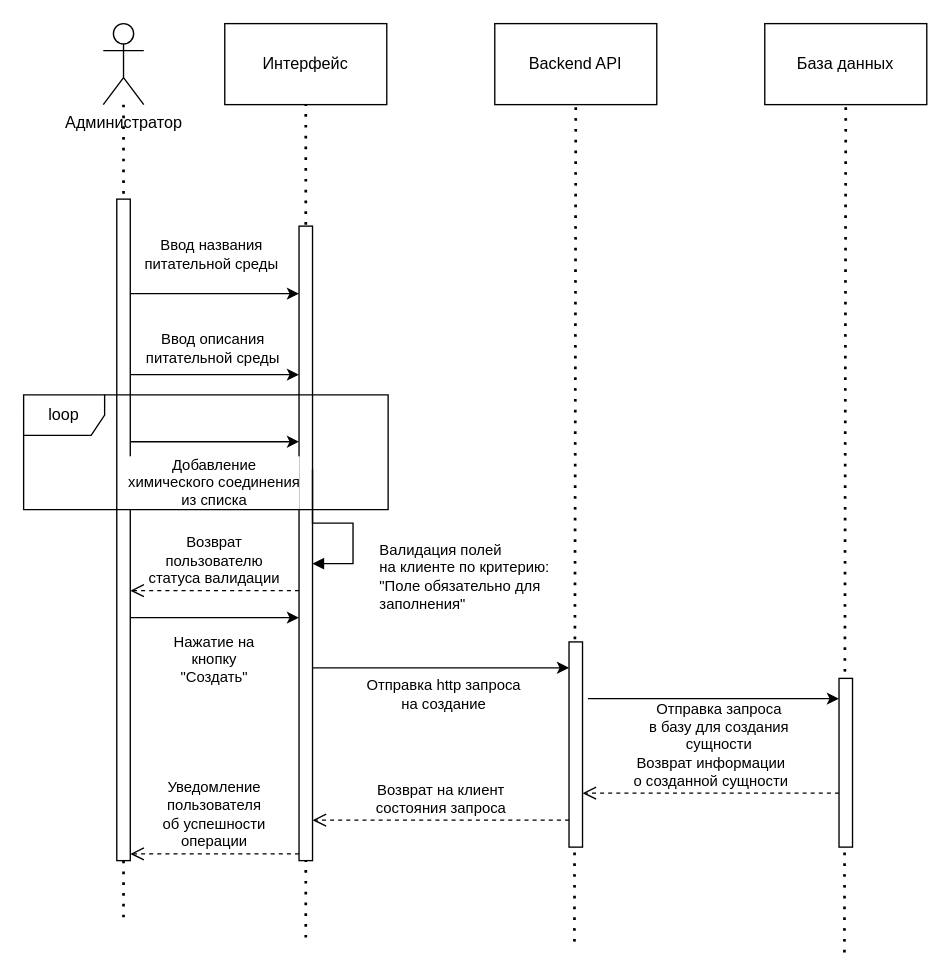
The draw.io diagram sequence_add-mediums.drawio in eva01pilot/plant-tissue-diagrams, before the edit. Source tidied: cells renumbered, new cells numbered last; positions are measured from the earlier drawing's top-left corner, leaving out a move shared by most shapes. Both pictures are drawn from the tidied source at 135%, with x=0, y=0 at pixel (23, 23).
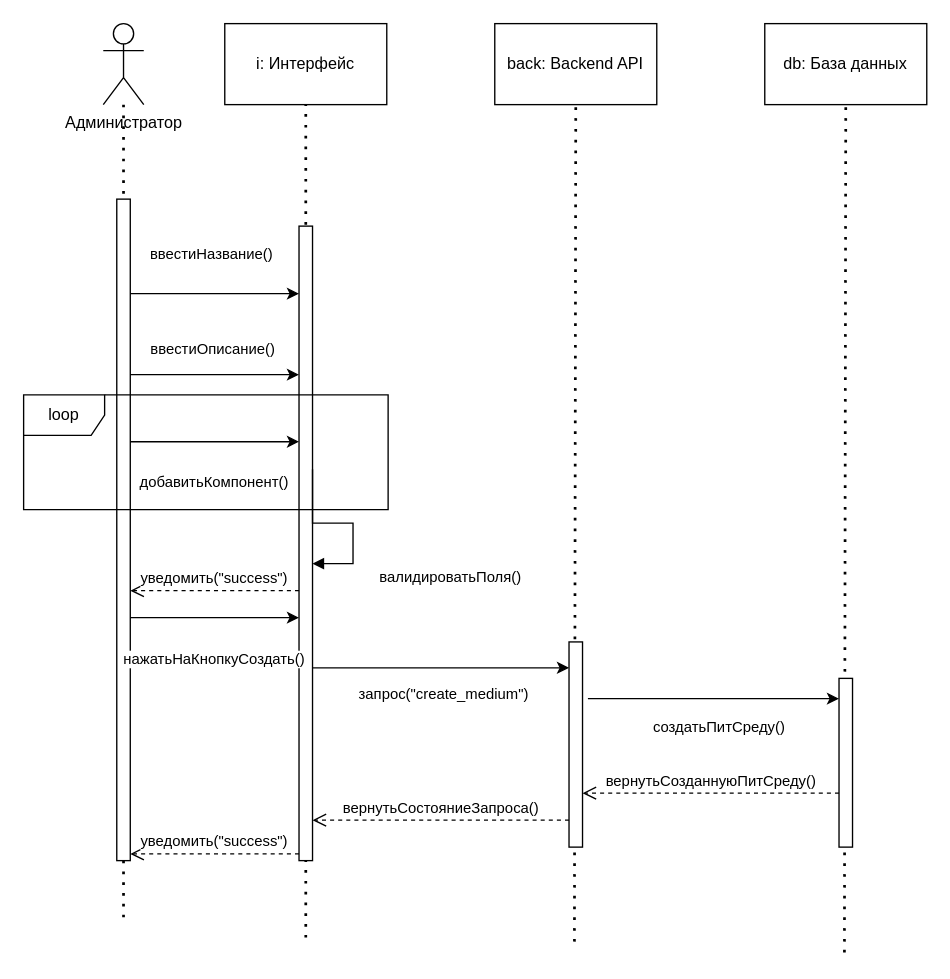
The same page after the edit.

The change refers to these unchanged cells:
```xml
<mxCell id="8" style="html=1;points=[[0,0,0,0,5],[0,1,0,0,-5],[1,0,0,0,5],[1,1,0,0,-5]];perimeter=orthogonalPerimeter;outlineConnect=0;targetShapes=umlLifeline;portConstraint=eastwest;newEdgeStyle={&quot;curved&quot;:0,&quot;rounded&quot;:0};" parent="1" vertex="1">
  <mxGeometry x="69" y="130" width="10" height="490" as="geometry" />
</mxCell>
<mxCell id="9" style="html=1;points=[[0,0,0,0,5],[0,1,0,0,-5],[1,0,0,0,5],[1,1,0,0,-5]];perimeter=orthogonalPerimeter;outlineConnect=0;targetShapes=umlLifeline;portConstraint=eastwest;newEdgeStyle={&quot;curved&quot;:0,&quot;rounded&quot;:0};" parent="1" vertex="1">
  <mxGeometry x="204" y="150" width="10" height="470" as="geometry" />
</mxCell>
<mxCell id="14" style="endArrow=classic;html=1;rounded=0;" parent="1" edge="1">
  <mxGeometry relative="1" as="geometry">
    <mxPoint x="214" y="477.2" as="sourcePoint" />
    <mxPoint x="404" y="477.2" as="targetPoint" />
  </mxGeometry>
</mxCell>
<mxCell id="16" style="endArrow=classic;html=1;rounded=0;entryX=-0.4;entryY=0.697;entryDx=0;entryDy=0;entryPerimeter=0;" parent="1" edge="1">
  <mxGeometry relative="1" as="geometry">
    <mxPoint x="418" y="500" as="sourcePoint" />
    <mxPoint x="604" y="500" as="targetPoint" />
  </mxGeometry>
</mxCell>
<mxCell id="21" style="endArrow=classic;html=1;rounded=0;" parent="1" edge="1">
  <mxGeometry relative="1" as="geometry">
    <mxPoint x="79" y="200" as="sourcePoint" />
    <mxPoint x="204" y="200" as="targetPoint" />
  </mxGeometry>
</mxCell>
<mxCell id="23" style="endArrow=classic;html=1;rounded=0;" parent="1" edge="1">
  <mxGeometry relative="1" as="geometry">
    <mxPoint x="79" y="260" as="sourcePoint" />
    <mxPoint x="204" y="260" as="targetPoint" />
  </mxGeometry>
</mxCell>
<mxCell id="27" style="endArrow=classic;html=1;rounded=0;" parent="1" edge="1">
  <mxGeometry relative="1" as="geometry">
    <mxPoint x="79" y="440" as="sourcePoint" />
    <mxPoint x="204" y="440" as="targetPoint" />
  </mxGeometry>
</mxCell>
<mxCell id="30" style="endArrow=classic;html=1;rounded=0;" parent="1" edge="1">
  <mxGeometry relative="1" as="geometry">
    <mxPoint x="79" y="309.7" as="sourcePoint" />
    <mxPoint x="204" y="309.7" as="targetPoint" />
  </mxGeometry>
</mxCell>
```

Diff of the diagram source:
```diff
@@
-    <mxCell id="7" value="Интерфейс" style="rounded=0;whiteSpace=wrap;html=1;" parent="1" vertex="1">
+    <mxCell id="7" value="i: Интерфейс" style="rounded=0;whiteSpace=wrap;html=1;" parent="1" vertex="1">
       <mxGeometry x="149" width="120" height="60" as="geometry" />
     </mxCell>
@@
-    <mxCell id="10" value="Backend API" style="rounded=0;whiteSpace=wrap;html=1;" parent="1" vertex="1">
+    <mxCell id="10" value="back: Backend API" style="rounded=0;whiteSpace=wrap;html=1;" parent="1" vertex="1">
       <mxGeometry x="349" width="120" height="60" as="geometry" />
     </mxCell>
@@
-    <mxCell id="12" value="База данных" style="rounded=0;whiteSpace=wrap;html=1;" parent="1" vertex="1">
+    <mxCell id="12" value="db: База данных" style="rounded=0;whiteSpace=wrap;html=1;" parent="1" vertex="1">
       <mxGeometry x="549" width="120" height="60" as="geometry" />
     </mxCell>
@@
-    <mxCell id="15" value="&lt;div&gt;Отправка http запроса&lt;/div&gt;&lt;div&gt;на создание&lt;br&gt;&lt;/div&gt;" style="edgeLabel;html=1;align=center;verticalAlign=middle;" parent="14" vertex="1">
+    <mxCell id="15" value="запрос(&quot;create_medium&quot;)" style="edgeLabel;html=1;align=center;verticalAlign=middle;" parent="14" vertex="1">
       <mxGeometry x="-0.32" relative="1" as="geometry">
         <mxPoint x="31" y="19" as="offset" />
       </mxGeometry>
     </mxCell>
@@
-    <mxCell id="17" value="&lt;div&gt;Отправка запроса&lt;/div&gt;&lt;div&gt;в базу для создания&lt;br&gt;&lt;/div&gt;&lt;div&gt;сущности&lt;br&gt;&lt;/div&gt;" style="edgeLabel;html=1;align=center;verticalAlign=middle;" parent="16" vertex="1">
+    <mxCell id="17" value="создатьПитСреду()" style="edgeLabel;html=1;align=center;verticalAlign=middle;" parent="16" vertex="1">
       <mxGeometry x="0.24" y="-2" relative="1" as="geometry">
         <mxPoint x="-19" y="18" as="offset" />
       </mxGeometry>
     </mxCell>
-    <mxCell id="18" value="&lt;div&gt;Возврат информации &lt;br&gt;&lt;/div&gt;&lt;div&gt;о созданной сущности&lt;br&gt;&lt;/div&gt;" style="html=1;verticalAlign=bottom;endArrow=open;dashed=1;endSize=8;curved=0;rounded=0;" parent="1" edge="1">
+    <mxCell id="18" value="вернутьСозданнуюПитСреду()" style="html=1;verticalAlign=bottom;endArrow=open;dashed=1;endSize=8;curved=0;rounded=0;" parent="1" edge="1">
       <mxGeometry relative="1" as="geometry">
         <mxPoint x="604" y="570" as="sourcePoint" />
         <mxPoint x="414" y="570" as="targetPoint" />
         <Array as="points">
           <mxPoint x="510" y="570" />
         </Array>
       </mxGeometry>
     </mxCell>
-    <mxCell id="19" value="&lt;div&gt;Возврат на клиент &lt;br&gt;&lt;/div&gt;&lt;div&gt;состояния запроса&lt;br&gt;&lt;/div&gt;" style="html=1;verticalAlign=bottom;endArrow=open;dashed=1;endSize=8;curved=0;rounded=0;" parent="1" edge="1">
+    <mxCell id="19" value="вернутьСостояниеЗапроса()" style="html=1;verticalAlign=bottom;endArrow=open;dashed=1;endSize=8;curved=0;rounded=0;" parent="1" edge="1">
       <mxGeometry relative="1" as="geometry">
         <mxPoint x="404" y="590" as="sourcePoint" />
         <mxPoint x="214" y="590" as="targetPoint" />
       </mxGeometry>
     </mxCell>
-    <mxCell id="20" value="&lt;div&gt;Уведомление &lt;br&gt;&lt;/div&gt;&lt;div&gt;пользователя&lt;/div&gt;&lt;div&gt;об успешности &lt;br&gt;&lt;/div&gt;&lt;div&gt;операции&lt;br&gt;&lt;/div&gt;" style="html=1;verticalAlign=bottom;endArrow=open;dashed=1;endSize=8;curved=0;rounded=0;entryX=1;entryY=1;entryDx=0;entryDy=-5;entryPerimeter=0;" parent="1" edge="1" source="9" target="8">
+    <mxCell id="20" value="уведомить(&quot;success&quot;)" style="html=1;verticalAlign=bottom;endArrow=open;dashed=1;endSize=8;curved=0;rounded=0;entryX=1;entryY=1;entryDx=0;entryDy=-5;entryPerimeter=0;" parent="1" edge="1" source="9" target="8">
       <mxGeometry relative="1" as="geometry" />
     </mxCell>
@@
-    <mxCell id="22" value="&lt;div&gt;Ввод названия&lt;/div&gt;&lt;div&gt;питательной среды&lt;br&gt;&lt;/div&gt;" style="edgeLabel;html=1;align=center;verticalAlign=middle;" parent="21" vertex="1">
+    <mxCell id="22" value="ввестиНазвание()" style="edgeLabel;html=1;align=center;verticalAlign=middle;" parent="21" vertex="1">
       <mxGeometry x="-0.06" relative="1" as="geometry">
         <mxPoint y="-30" as="offset" />
       </mxGeometry>
     </mxCell>
@@
-    <mxCell id="24" value="&lt;div&gt;Ввод описания &lt;br&gt;&lt;/div&gt;&lt;div&gt;питательной среды&lt;/div&gt;" style="edgeLabel;html=1;align=center;verticalAlign=middle;" parent="23" vertex="1">
+    <mxCell id="24" value="ввестиОписание()" style="edgeLabel;html=1;align=center;verticalAlign=middle;" parent="23" vertex="1">
       <mxGeometry x="-0.1" y="1" relative="1" as="geometry">
         <mxPoint x="4" y="-19" as="offset" />
       </mxGeometry>
     </mxCell>
-    <mxCell id="25" value="&lt;div&gt;Валидация полей &lt;br&gt;&lt;/div&gt;&lt;div&gt;на клиенте по критерию:&lt;/div&gt;&lt;div&gt;&quot;Поле обязательно для&lt;/div&gt;&lt;div&gt;заполнения&quot;&lt;br&gt;&lt;/div&gt;" style="html=1;align=left;spacingLeft=2;endArrow=block;rounded=0;edgeStyle=orthogonalEdgeStyle;curved=0;rounded=0;" parent="1" edge="1" target="9">
+    <mxCell id="25" value="валидироватьПоля()" style="html=1;align=left;spacingLeft=2;endArrow=block;rounded=0;edgeStyle=orthogonalEdgeStyle;curved=0;rounded=0;" parent="1" edge="1" target="9">
       <mxGeometry x="0.54" y="19" relative="1" as="geometry">
         <mxPoint x="214" y="330" as="sourcePoint" />
         <Array as="points">
           <mxPoint x="214" y="370" />
           <mxPoint x="244" y="370" />
           <mxPoint x="244" y="400" />
         </Array>
         <mxPoint x="16" y="-9" as="offset" />
       </mxGeometry>
     </mxCell>
-    <mxCell id="26" value="&lt;div&gt;Возврат&lt;/div&gt;&lt;div&gt;пользователю&lt;/div&gt;&lt;div&gt;статуса валидации&lt;br&gt;&lt;/div&gt;" style="html=1;verticalAlign=bottom;endArrow=open;dashed=1;endSize=8;curved=0;rounded=0;" parent="1" edge="1">
+    <mxCell id="26" value="уведомить(&quot;success&quot;)" style="html=1;verticalAlign=bottom;endArrow=open;dashed=1;endSize=8;curved=0;rounded=0;" parent="1" edge="1">
       <mxGeometry relative="1" as="geometry">
         <mxPoint x="204" y="420" as="sourcePoint" />
         <mxPoint x="79" y="420" as="targetPoint" />
       </mxGeometry>
     </mxCell>
@@
-    <mxCell id="28" value="&lt;div&gt;Нажатие на&lt;/div&gt;&lt;div&gt;кнопку&lt;/div&gt;&lt;div&gt;&quot;Создать&quot;&lt;br&gt;&lt;/div&gt;" style="edgeLabel;html=1;align=center;verticalAlign=middle;" parent="27" vertex="1">
+    <mxCell id="28" value="нажатьНаКнопкуСоздать()" style="edgeLabel;html=1;align=center;verticalAlign=middle;" parent="27" vertex="1">
       <mxGeometry x="0.19" y="-2" relative="1" as="geometry">
         <mxPoint x="-13" y="28" as="offset" />
       </mxGeometry>
     </mxCell>
@@
-    <mxCell id="31" value="&lt;div&gt;Добавление&lt;/div&gt;&lt;div&gt;химического соединения&lt;/div&gt;&lt;div&gt;из списка&lt;br&gt;&lt;/div&gt;" style="edgeLabel;html=1;align=center;verticalAlign=middle;" parent="30" vertex="1">
+    <mxCell id="31" value="добавитьКомпонент()" style="edgeLabel;html=1;align=center;verticalAlign=middle;" parent="30" vertex="1">
       <mxGeometry x="-0.3" y="1" relative="1" as="geometry">
         <mxPoint x="17" y="31" as="offset" />
       </mxGeometry>
     </mxCell>
```
